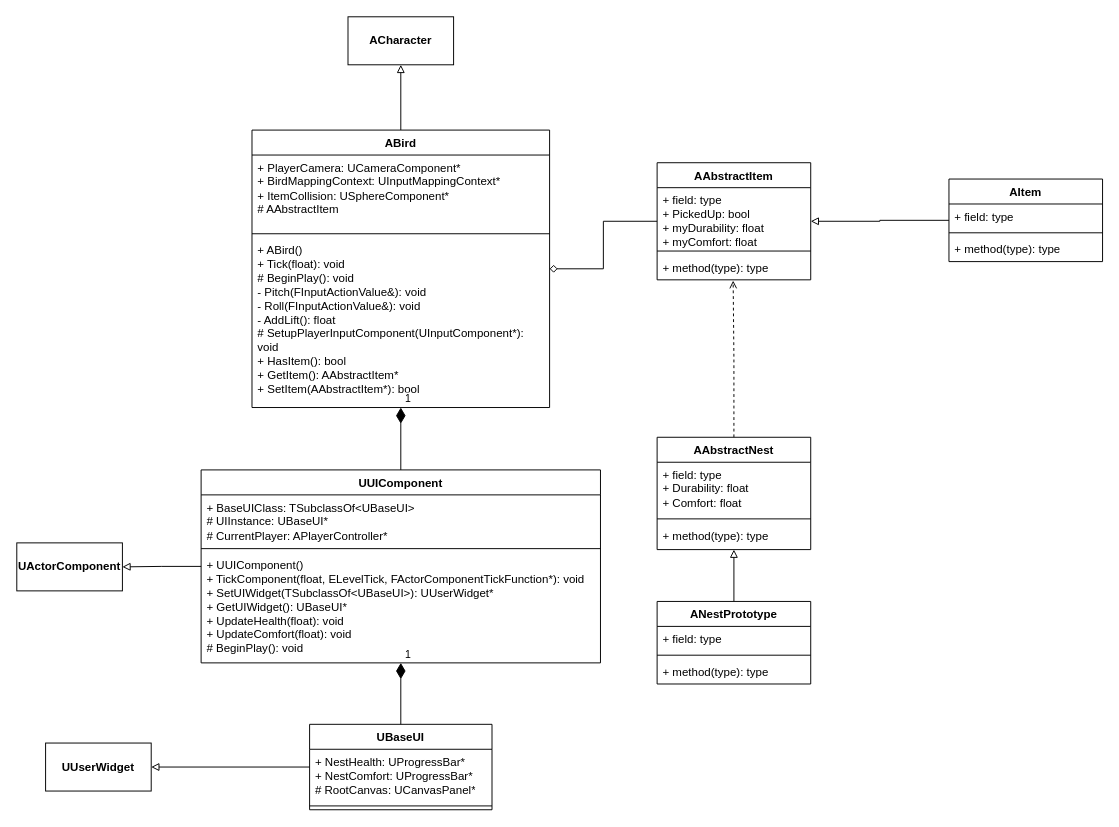
The draw.io diagram UML.drawio in herrkrabbe/BirdGame, before the edit. Source tidied: cells renumbered, new cells numbered last; positions are measured from the earlier drawing's top-left corner, leaving out a move shared by most shapes. Both pictures are drawn from the tidied source at 96%, with x=0, y=0 at pixel (16, 16).
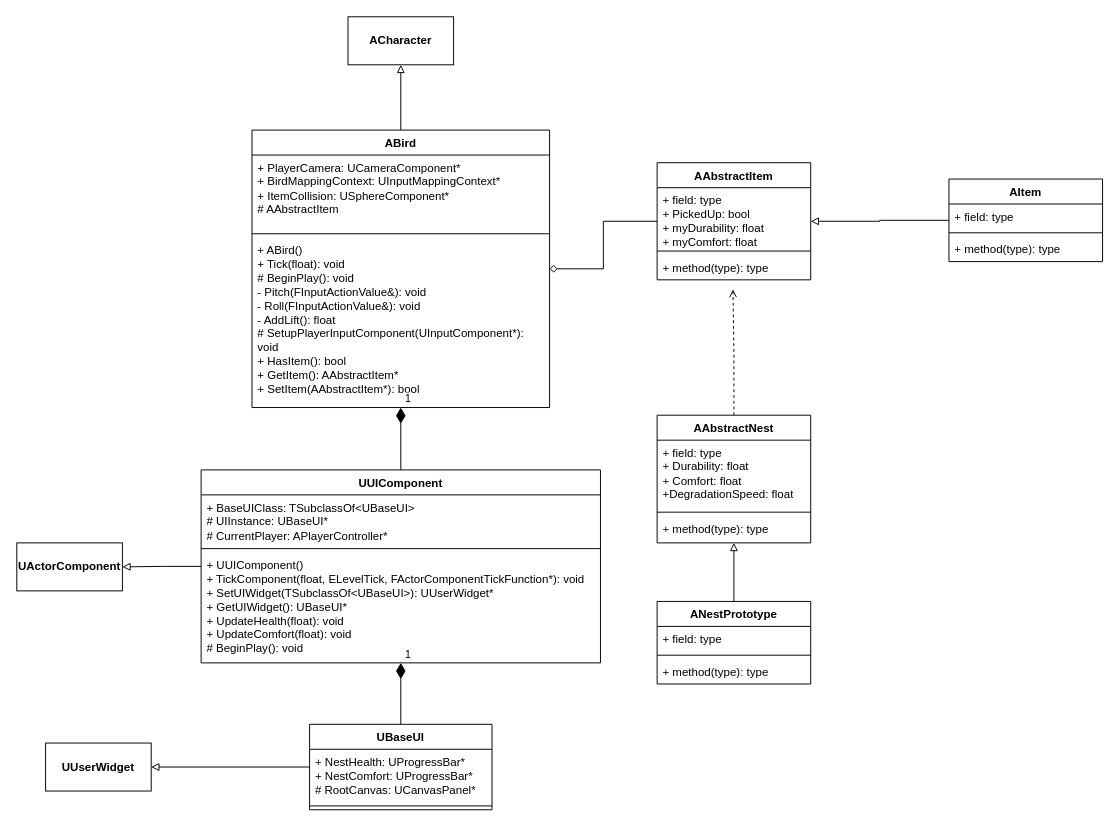
Above is the later version.

The change refers to these unchanged cells:
```xml
<mxCell id="12" value="+ method(type): type" style="text;strokeColor=none;fillColor=none;align=left;verticalAlign=top;spacingLeft=4;spacingRight=4;overflow=hidden;points=[[0,0.5],[1,0.5]];portConstraint=eastwest;whiteSpace=wrap;html=1;" parent="9" vertex="1">
  <mxGeometry y="96" width="160" height="26" as="geometry" />
</mxCell>
```

What changed in the source:
```diff
@@
-    <mxCell id="18" style="edgeStyle=orthogonalEdgeStyle;rounded=0;jettySize=auto;html=1;endArrow=open;endFill=0;dashed=1;entryX=0.495;entryY=1.031;entryDx=0;entryDy=0;entryPerimeter=0;" parent="1" edge="1" source="19" target="12">
-      <mxGeometry relative="1" as="geometry" />
+    <mxCell id="18" style="edgeStyle=orthogonalEdgeStyle;rounded=0;jettySize=auto;html=1;endArrow=open;endFill=0;dashed=1;" parent="1" edge="1" source="19">
+      <mxGeometry relative="1" as="geometry">
+        <mxPoint x="746" y="284" as="targetPoint" />
+      </mxGeometry>
     </mxCell>
     <mxCell id="19" value="AAbstractNest" style="swimlane;fontStyle=1;align=center;verticalAlign=top;horizontal=1;startSize=26;whiteSpace=wrap;html=1;" parent="1" vertex="1">
-      <mxGeometry x="667" y="438" width="160" height="117" as="geometry" />
+      <mxGeometry x="667" y="415" width="160" height="133" as="geometry" />
     </mxCell>
-    <mxCell id="20" value="+ field: type&lt;div&gt;+ Durability: float&lt;/div&gt;&lt;div&gt;+ Comfort: float&lt;/div&gt;" style="text;strokeColor=none;fillColor=none;align=left;verticalAlign=top;spacingLeft=4;spacingRight=4;overflow=hidden;whiteSpace=wrap;html=1;" parent="19" vertex="1">
-      <mxGeometry y="26" width="160" height="55" as="geometry" />
+    <mxCell id="20" value="+ field: type&lt;div&gt;+ Durability: float&lt;/div&gt;&lt;div&gt;+ Comfort: float&lt;/div&gt;&lt;div&gt;+DegradationSpeed: float&lt;/div&gt;" style="text;strokeColor=none;fillColor=none;align=left;verticalAlign=top;spacingLeft=4;spacingRight=4;overflow=hidden;whiteSpace=wrap;html=1;" parent="19" vertex="1">
+      <mxGeometry y="26" width="160" height="71" as="geometry" />
     </mxCell>
     <mxCell id="21" style="line;strokeWidth=1;fillColor=none;align=left;verticalAlign=middle;spacingTop=-1;spacingLeft=3;spacingRight=3;labelPosition=right;strokeColor=inherit;" parent="19" vertex="1">
-      <mxGeometry y="81" width="160" height="8" as="geometry" />
+      <mxGeometry y="97" width="160" height="8" as="geometry" />
     </mxCell>
     <mxCell id="22" value="+ method(type): type" style="text;strokeColor=none;fillColor=none;align=left;verticalAlign=top;spacingLeft=4;spacingRight=4;overflow=hidden;whiteSpace=wrap;html=1;" parent="19" vertex="1">
-      <mxGeometry y="89" width="160" height="28" as="geometry" />
+      <mxGeometry y="105" width="160" height="28" as="geometry" />
     </mxCell>
```
